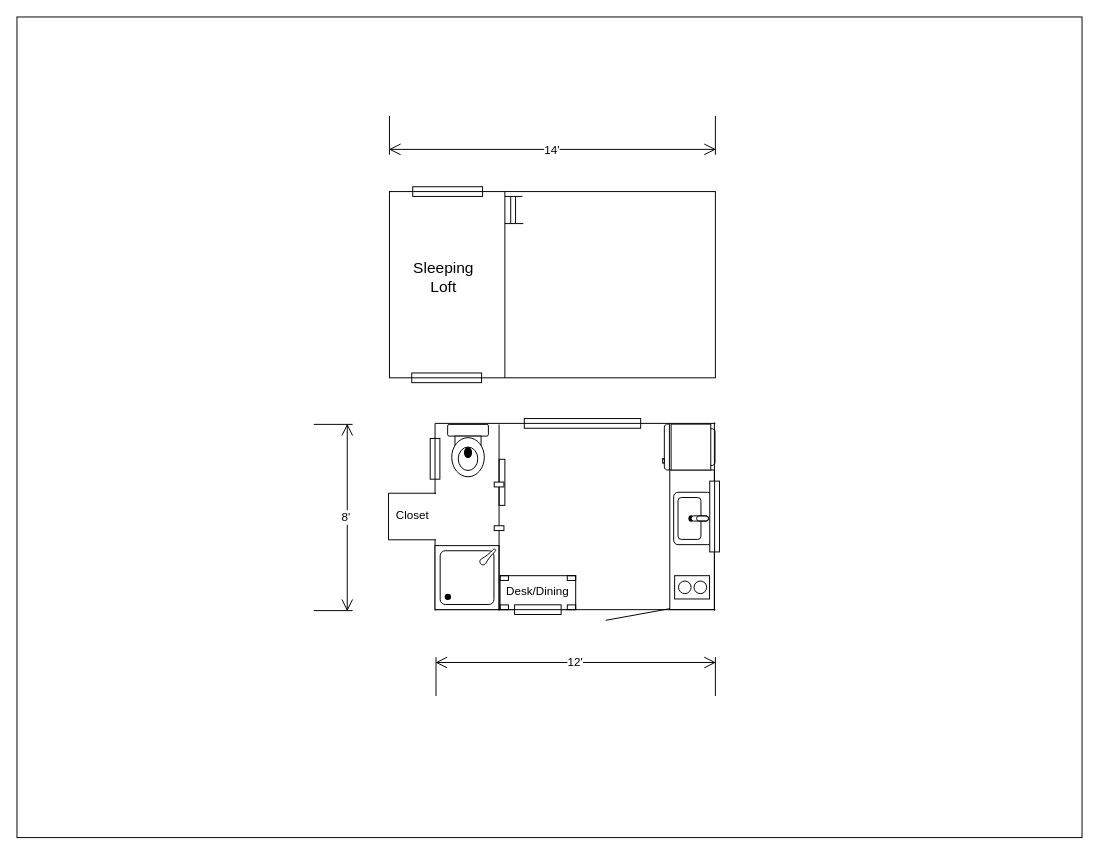
Earlier version of the draw.io diagram Santa Fe.drawio (dpolaristar/drawio). Source tidied: cells renumbered, new cells numbered last; positions are measured from the earlier drawing's top-left corner, leaving out a move shared by most shapes. Both pictures are drawn from the tidied source at 97%, with x=0, y=0 at pixel (16, 16).
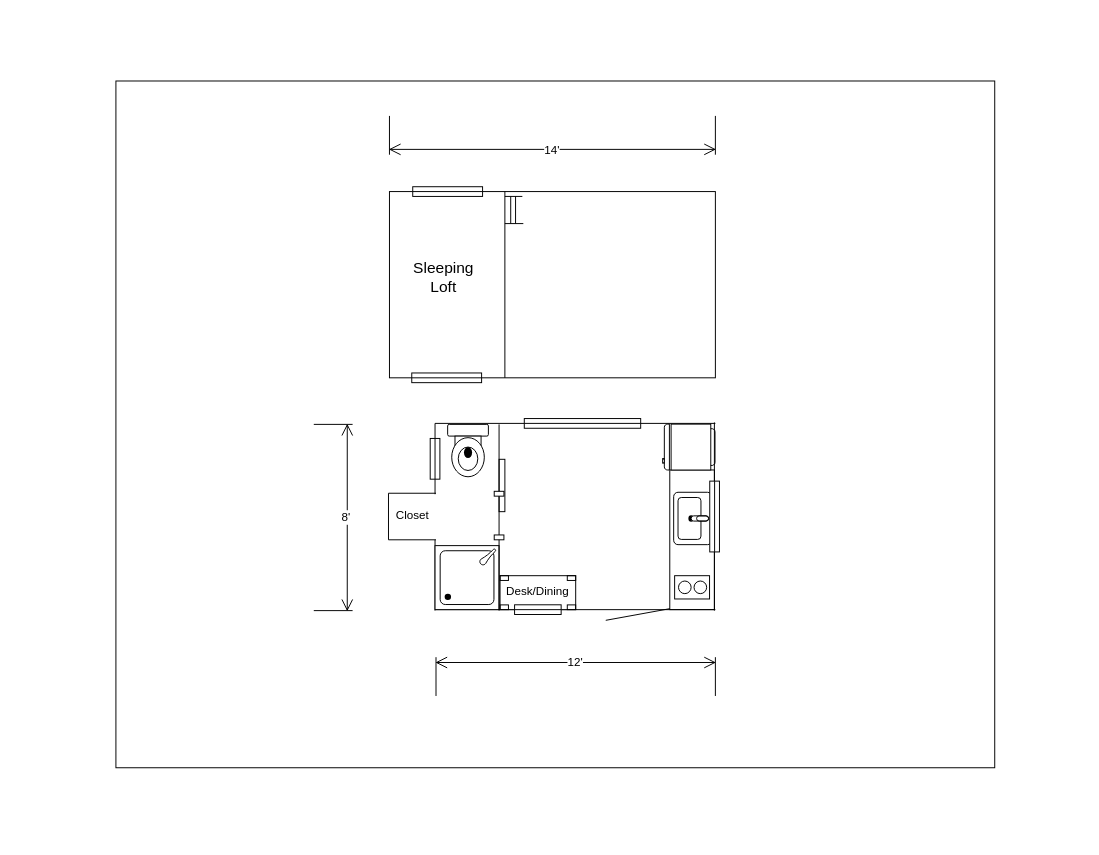
The same page after the edit.

Diff of the diagram source:
```diff
@@
-    <mxCell id="2" style="rounded=0;whiteSpace=wrap;html=1;strokeWidth=1;" parent="1" vertex="1">
-      <mxGeometry width="1098" height="846" as="geometry" />
-    </mxCell>
+    <mxCell id="42" style="rounded=0;whiteSpace=wrap;html=1;strokeWidth=1;" parent="1" vertex="1">
+      <mxGeometry x="102" y="66" width="906" height="708" as="geometry" />
+    </mxCell>
     <mxCell id="3" style="rounded=0;whiteSpace=wrap;html=1;strokeWidth=1;direction=south;" parent="1" vertex="1">
-      <mxGeometry x="497" y="456" width="6" height="47.5" as="geometry" />
+      <mxGeometry x="497" y="456" width="6" height="54" as="geometry" />
     </mxCell>
@@
     <mxCell id="28" style="verticalLabelPosition=bottom;html=1;verticalAlign=top;align=center;shape=mxgraph.floorplan.opening;strokeWidth=1;direction=south;" parent="1" vertex="1">
-      <mxGeometry x="492" y="479.5" width="10" height="50" as="geometry" />
+      <mxGeometry x="492" y="489" width="10" height="50" as="geometry" />
     </mxCell>
```
